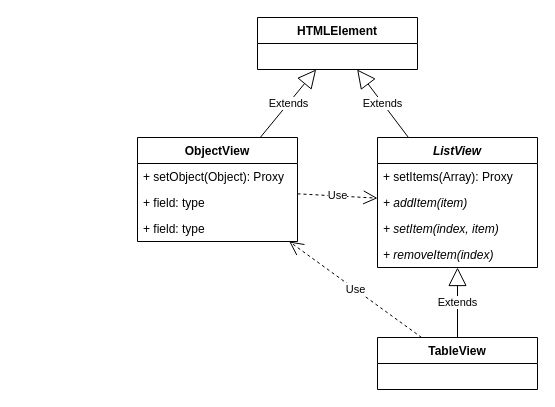
js-lib-com/tiny-store keeps this draw.io diagram as page "Page-10" (10 of 10) of doc/diagrams.drawio. Above is the earlier version. Source tidied: cells renumbered, new cells numbered last; positions are measured from the earlier drawing's top-left corner, leaving out a move shared by most shapes. Both pictures are drawn from the tidied source at 100%, with x=0, y=0 at pixel (137, 17).
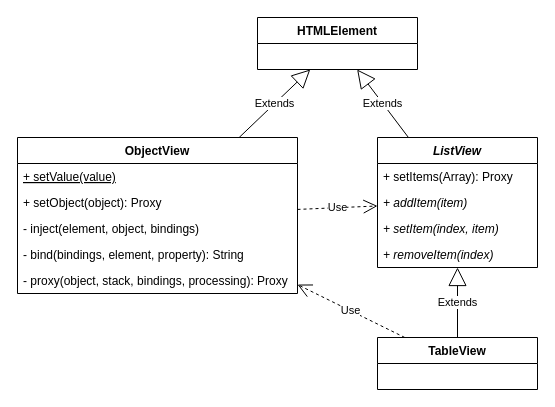
The same page after the edit.

Diff of the diagram source:
```diff
@@
 <mxGraphModel>
   <root>
     <mxCell id="0" />
     <mxCell id="1" parent="0" />
     <mxCell id="2" value="ObjectView" style="swimlane;fontStyle=1;horizontal=1;startSize=26;fillColor=none;" parent="1" vertex="1">
-      <mxGeometry y="120" width="160" height="104" as="geometry" />
+      <mxGeometry x="-120" y="120" width="280" height="156" as="geometry" />
     </mxCell>
+    <mxCell id="18" value="+ setValue(value)" style="text;strokeColor=none;fillColor=none;align=left;verticalAlign=top;spacingLeft=4;spacingRight=4;overflow=hidden;fontStyle=4;" parent="2" vertex="1">
+      <mxGeometry y="26" width="280" height="26" as="geometry" />
+    </mxCell>
-    <mxCell id="3" value="+ setObject(Object): Proxy" style="text;strokeColor=none;fillColor=none;align=left;verticalAlign=top;spacingLeft=4;spacingRight=4;overflow=hidden;" parent="2" vertex="1">
-      <mxGeometry y="26" width="160" height="26" as="geometry" />
+    <mxCell id="3" value="+ setObject(object): Proxy" style="text;strokeColor=none;fillColor=none;align=left;verticalAlign=top;spacingLeft=4;spacingRight=4;overflow=hidden;" parent="2" vertex="1">
+      <mxGeometry y="52" width="280" height="26" as="geometry" />
     </mxCell>
-    <mxCell id="4" value="+ field: type" style="text;strokeColor=none;fillColor=none;align=left;verticalAlign=top;spacingLeft=4;spacingRight=4;overflow=hidden;" parent="2" vertex="1">
-      <mxGeometry y="52" width="160" height="26" as="geometry" />
-    </mxCell>
-    <mxCell id="5" value="+ field: type" style="text;strokeColor=none;fillColor=none;align=left;verticalAlign=top;spacingLeft=4;spacingRight=4;overflow=hidden;" parent="2" vertex="1">
-      <mxGeometry y="78" width="160" height="26" as="geometry" />
-    </mxCell>
+    <mxCell id="19" value="- inject(element, object, bindings)" style="text;strokeColor=none;fillColor=none;align=left;verticalAlign=top;spacingLeft=4;spacingRight=4;overflow=hidden;" parent="2" vertex="1">
+      <mxGeometry y="78" width="280" height="26" as="geometry" />
+    </mxCell>
+    <mxCell id="20" value="- bind(bindings, element, property): String" style="text;strokeColor=none;fillColor=none;align=left;verticalAlign=top;spacingLeft=4;spacingRight=4;overflow=hidden;" parent="2" vertex="1">
+      <mxGeometry y="104" width="280" height="26" as="geometry" />
+    </mxCell>
+    <mxCell id="21" value="- proxy(object, stack, bindings, processing): Proxy" style="text;strokeColor=none;fillColor=none;align=left;verticalAlign=top;spacingLeft=4;spacingRight=4;overflow=hidden;" parent="2" vertex="1">
+      <mxGeometry y="130" width="280" height="26" as="geometry" />
+    </mxCell>
     <mxCell id="6" value="HTMLElement" style="swimlane;fontStyle=1;horizontal=1;startSize=26;fillColor=none;" parent="1" vertex="1">
       <mxGeometry x="120" width="160" height="52" as="geometry" />
     </mxCell>
     <mxCell id="7" value="Extends" style="endArrow=block;endSize=16;endFill=0;html=1;rounded=0;" parent="1" edge="1" source="2" target="6">
       <mxGeometry relative="1" as="geometry" />
     </mxCell>
     <mxCell id="8" value="ListView" style="swimlane;fontStyle=3;horizontal=1;startSize=26;fillColor=none;" parent="1" vertex="1">
       <mxGeometry x="240" y="120" width="160" height="130" as="geometry" />
     </mxCell>
     <mxCell id="9" value="+ setItems(Array): Proxy" style="text;strokeColor=none;fillColor=none;align=left;verticalAlign=top;spacingLeft=4;spacingRight=4;overflow=hidden;fontStyle=0;" parent="8" vertex="1">
       <mxGeometry y="26" width="160" height="26" as="geometry" />
     </mxCell>
     <mxCell id="10" value="+ addItem(item)" style="text;strokeColor=none;fillColor=none;align=left;verticalAlign=top;spacingLeft=4;spacingRight=4;overflow=hidden;fontStyle=2;" parent="8" vertex="1">
       <mxGeometry y="52" width="160" height="26" as="geometry" />
     </mxCell>
     <mxCell id="11" value="+ setItem(index, item)" style="text;strokeColor=none;fillColor=none;align=left;verticalAlign=top;spacingLeft=4;spacingRight=4;overflow=hidden;fontStyle=2;" parent="8" vertex="1">
       <mxGeometry y="78" width="160" height="26" as="geometry" />
     </mxCell>
     <mxCell id="12" value="+ removeItem(index)" style="text;strokeColor=none;fillColor=none;align=left;verticalAlign=top;spacingLeft=4;spacingRight=4;overflow=hidden;fontStyle=2;" parent="8" vertex="1">
       <mxGeometry y="104" width="160" height="26" as="geometry" />
     </mxCell>
     <mxCell id="13" value="Extends" style="endArrow=block;endSize=16;endFill=0;html=1;rounded=0;" parent="1" edge="1" source="8" target="6">
       <mxGeometry relative="1" as="geometry" />
     </mxCell>
     <mxCell id="14" value="TableView" style="swimlane;fontStyle=1;horizontal=1;startSize=26;fillColor=none;" parent="1" vertex="1">
       <mxGeometry x="240" y="320" width="160" height="52" as="geometry" />
     </mxCell>
     <mxCell id="15" value="Extends" style="endArrow=block;endSize=16;endFill=0;html=1;rounded=0;" parent="1" edge="1" source="14" target="8">
       <mxGeometry relative="1" as="geometry" />
     </mxCell>
     <mxCell id="16" value="Use" style="endArrow=open;endSize=12;dashed=1;html=1;rounded=0;" parent="1" edge="1" source="14" target="2">
       <mxGeometry relative="1" as="geometry" />
     </mxCell>
     <mxCell id="17" value="Use" style="endArrow=open;endSize=12;dashed=1;html=1;rounded=0;" parent="1" edge="1" source="2" target="8">
       <mxGeometry relative="1" as="geometry" />
     </mxCell>
   </root>
 </mxGraphModel>
```
